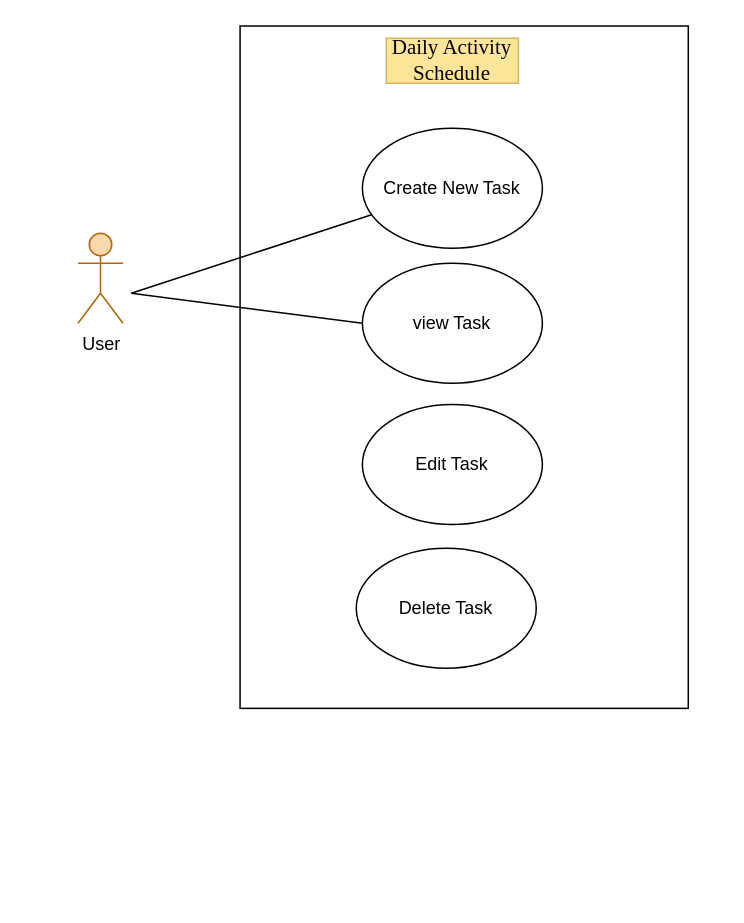
Before: use-case.drawio in tasyafbriani/Daily-Activity-Schedule, a draw.io diagram. Source tidied: cells renumbered, new cells numbered last; positions are measured from the earlier drawing's top-left corner, leaving out a move shared by most shapes. Both pictures are drawn from the tidied source at 150%, with x=0, y=0 at pixel (76, 38).
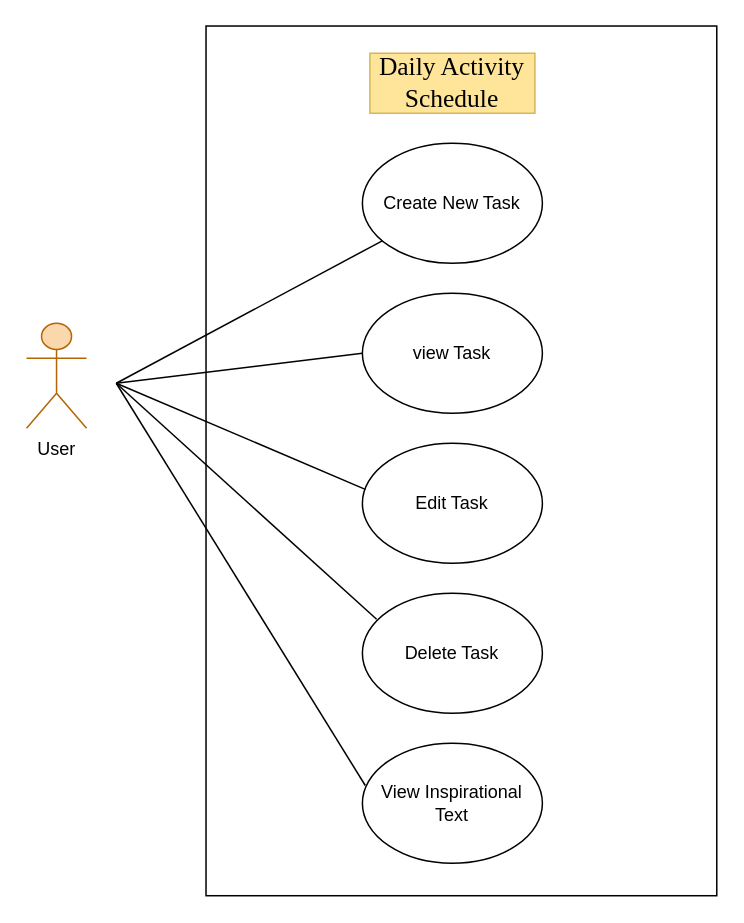
The same page after the edit.

Change to the diagram source:
```diff
@@
 <mxGraphModel>
   <root>
     <mxCell id="0" />
     <mxCell id="1" parent="0" />
     <mxCell id="2" value="User" style="shape=umlActor;verticalLabelPosition=bottom;verticalAlign=top;html=1;fillColor=#fad7ac;strokeColor=#b46504;" parent="1" vertex="1">
-      <mxGeometry x="0.5" y="130" width="30" height="60" as="geometry" />
+      <mxGeometry x="-33.8" y="190" width="40" height="70" as="geometry" />
     </mxCell>
     <mxCell id="3" style="rounded=0;whiteSpace=wrap;html=1;rotation=-90;" parent="1" vertex="1">
-      <mxGeometry x="30.5" y="69.9" width="454.9" height="298.8" as="geometry" />
+      <mxGeometry x="-33.8" y="111.5" width="579.8" height="340.5" as="geometry" />
     </mxCell>
-    <mxCell id="4" value="Daily Activity Schedule" style="text;html=1;align=center;verticalAlign=middle;whiteSpace=wrap;rounded=0;fillColor=#FFE599;strokeColor=#d6b656;gradientColor=none;fontFamily=Times New Roman;fontSize=14;" parent="1" vertex="1">
-      <mxGeometry x="206" width="88.1" height="30" as="geometry" />
+    <mxCell id="4" value="Daily Activity Schedule" style="text;html=1;align=center;verticalAlign=middle;whiteSpace=wrap;rounded=0;fillColor=#FFE599;strokeColor=#d6b656;gradientColor=none;fontFamily=Times New Roman;fontSize=17;" parent="1" vertex="1">
+      <mxGeometry x="195.1" y="10" width="110" height="40" as="geometry" />
     </mxCell>
     <mxCell id="5" value="Create New Task" style="ellipse;whiteSpace=wrap;html=1;" parent="1" vertex="1">
-      <mxGeometry x="190.1" y="60" width="120" height="80" as="geometry" />
+      <mxGeometry x="190.1" y="70" width="120" height="80" as="geometry" />
     </mxCell>
     <mxCell id="6" value="view Task" style="ellipse;whiteSpace=wrap;html=1;" parent="1" vertex="1">
-      <mxGeometry x="190.1" y="150" width="120" height="80" as="geometry" />
+      <mxGeometry x="190.1" y="170" width="120" height="80" as="geometry" />
     </mxCell>
     <mxCell id="7" value="Edit Task" style="ellipse;whiteSpace=wrap;html=1;" parent="1" vertex="1">
-      <mxGeometry x="190.1" y="244.2" width="120" height="80" as="geometry" />
+      <mxGeometry x="190.1" y="270" width="120" height="80" as="geometry" />
     </mxCell>
     <mxCell id="8" value="Delete Task" style="ellipse;whiteSpace=wrap;html=1;" parent="1" vertex="1">
-      <mxGeometry x="186" y="340" width="120" height="80" as="geometry" />
+      <mxGeometry x="190.1" y="370" width="120" height="80" as="geometry" />
     </mxCell>
     <mxCell id="9" style="endArrow=none;html=1;rounded=0;" parent="1" edge="1" source="5">
       <mxGeometry relative="1" as="geometry">
-        <mxPoint x="36" y="170" as="targetPoint" />
+        <mxPoint x="26" y="230" as="targetPoint" />
       </mxGeometry>
     </mxCell>
     <mxCell id="10" style="endArrow=none;html=1;rounded=0;entryX=0;entryY=0.5;entryDx=0;entryDy=0;" parent="1" edge="1" target="6">
       <mxGeometry relative="1" as="geometry">
-        <mxPoint x="36" y="170" as="sourcePoint" />
+        <mxPoint x="26" y="230" as="sourcePoint" />
       </mxGeometry>
     </mxCell>
+    <mxCell id="11" value="View Inspirational Text" style="ellipse;whiteSpace=wrap;html=1;" parent="1" vertex="1">
+      <mxGeometry x="190.1" y="470" width="120" height="80" as="geometry" />
+    </mxCell>
+    <mxCell id="12" style="endArrow=none;html=1;rounded=0;exitX=0.016;exitY=0.384;exitDx=0;exitDy=0;exitPerimeter=0;" parent="1" edge="1" source="7">
+      <mxGeometry relative="1" as="geometry">
+        <mxPoint x="26" y="230" as="targetPoint" />
+      </mxGeometry>
+    </mxCell>
+    <mxCell id="13" style="endArrow=none;html=1;rounded=0;exitX=0.079;exitY=0.217;exitDx=0;exitDy=0;exitPerimeter=0;" parent="1" edge="1" source="8">
+      <mxGeometry relative="1" as="geometry">
+        <mxPoint x="26" y="230" as="targetPoint" />
+      </mxGeometry>
+    </mxCell>
+    <mxCell id="14" style="endArrow=none;html=1;rounded=0;exitX=0.016;exitY=0.352;exitDx=0;exitDy=0;exitPerimeter=0;" parent="1" edge="1" source="11">
+      <mxGeometry relative="1" as="geometry">
+        <mxPoint x="26" y="230" as="targetPoint" />
+      </mxGeometry>
+    </mxCell>
   </root>
 </mxGraphModel>
```
